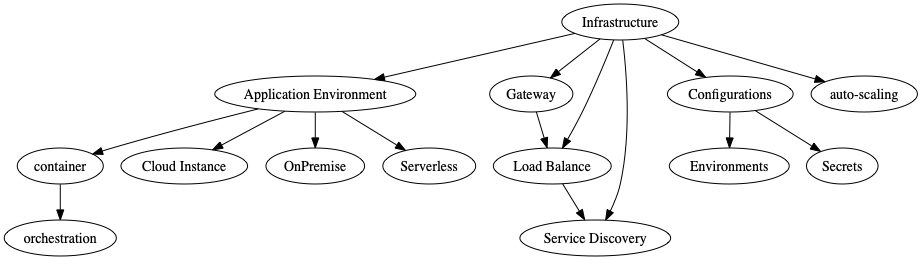
Earlier version of the Graphviz export images/microservices-infrastructure-roadmap.gv.png (emmanuelneri/microservices-roadmap). Its source is kept beside it as images/microservices-infrastructure-roadmap.gv. Source of this version:
```dot
digraph {
	infrastructure [label=Infrastructure]
	"application-environment" [label="Application Environment"]
	gateway [label=Gateway]
	"load-balance" [label="Load Balance"]
	"service-discovery" [label="Service Discovery"]
	configuration [label=Configurations]
	infrastructure -> "application-environment"
	infrastructure -> gateway
	infrastructure -> "load-balance"
	infrastructure -> "service-discovery"
	infrastructure -> configuration
	infrastructure -> "auto-scaling"
	gateway -> "load-balance"
	"load-balance" -> "service-discovery"
	container [label=container]
	"cloud-instance" [label="Cloud Instance"]
	"on-premise" [label=OnPremise]
	serveless [label=Serverless]
	"application-environment" -> container
	"application-environment" -> "cloud-instance"
	"application-environment" -> "on-premise"
	"application-environment" -> serveless
	container -> orchestration
	environment [label=Environments]
	secrets [label=Secrets]
	configuration -> environment
	configuration -> secrets
}
```
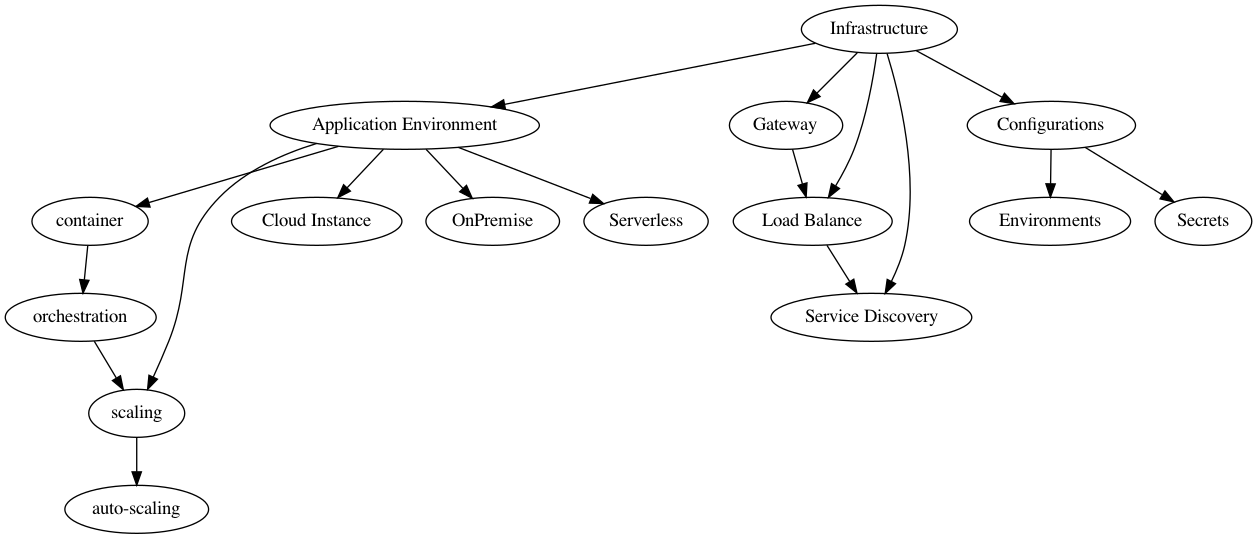
Later version of the same file.

Change to the diagram source:
```diff
@@ -10,10 +10,10 @@
 	infrastructure -> "load-balance"
 	infrastructure -> "service-discovery"
 	infrastructure -> configuration
-	infrastructure -> "auto-scaling"
 	gateway -> "load-balance"
 	"load-balance" -> "service-discovery"
 	container [label=container]
+	"application-environment" -> scaling
 	"cloud-instance" [label="Cloud Instance"]
 	"on-premise" [label=OnPremise]
 	serveless [label=Serverless]
@@ -22,6 +22,8 @@
 	"application-environment" -> "on-premise"
 	"application-environment" -> serveless
 	container -> orchestration
+	scaling -> "auto-scaling"
+	orchestration -> scaling
 	environment [label=Environments]
 	secrets [label=Secrets]
 	configuration -> environment
```
